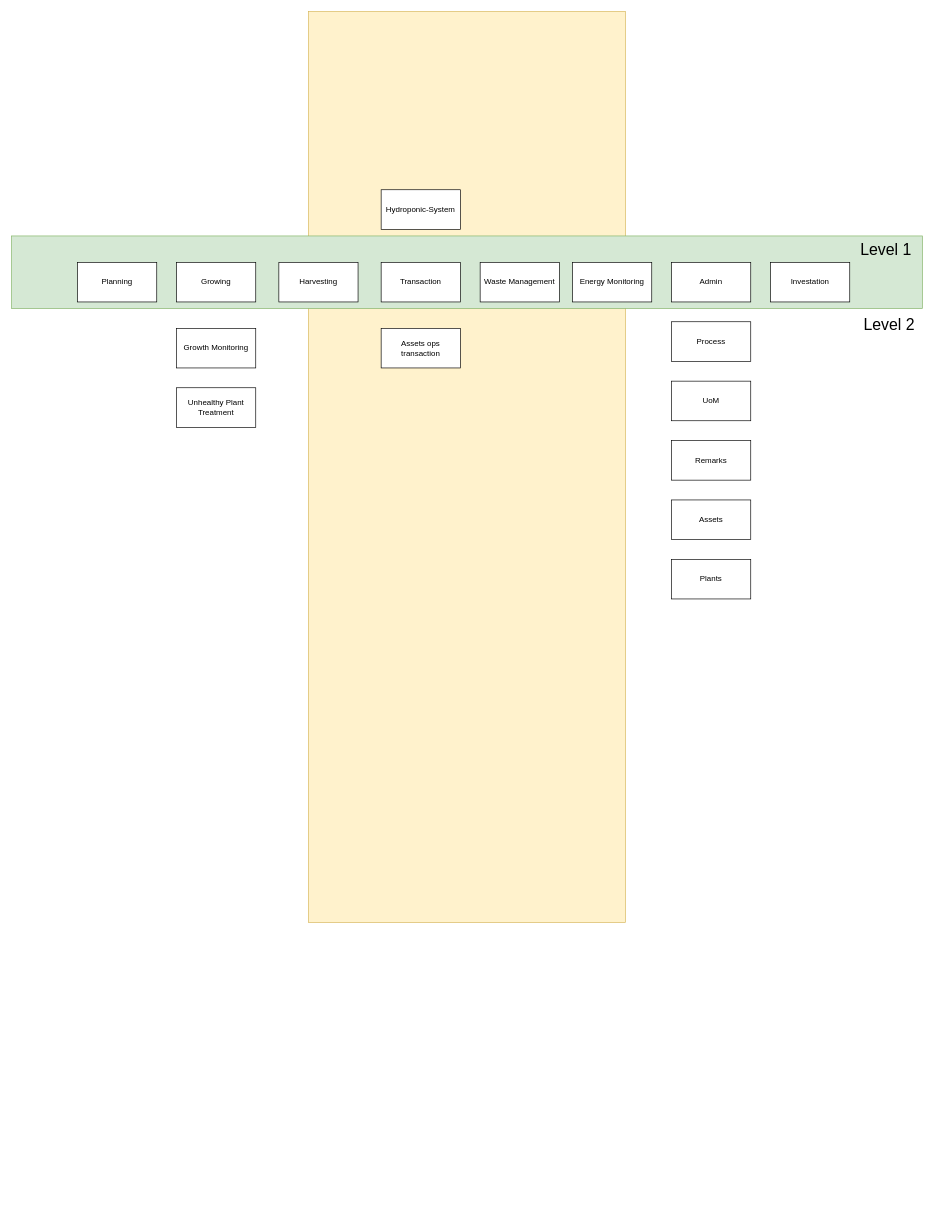
Earlier version of the draw.io diagram page "High-Level" (2 of 3) of ERD.drawio.xml (EputraP/hydroponic-project-be). Source tidied: cells renumbered, new cells numbered last; positions are measured from the earlier drawing's top-left corner, leaving out a move shared by most shapes. Both pictures are drawn from the tidied source at 66%, with x=0, y=0 at pixel (11, 11).
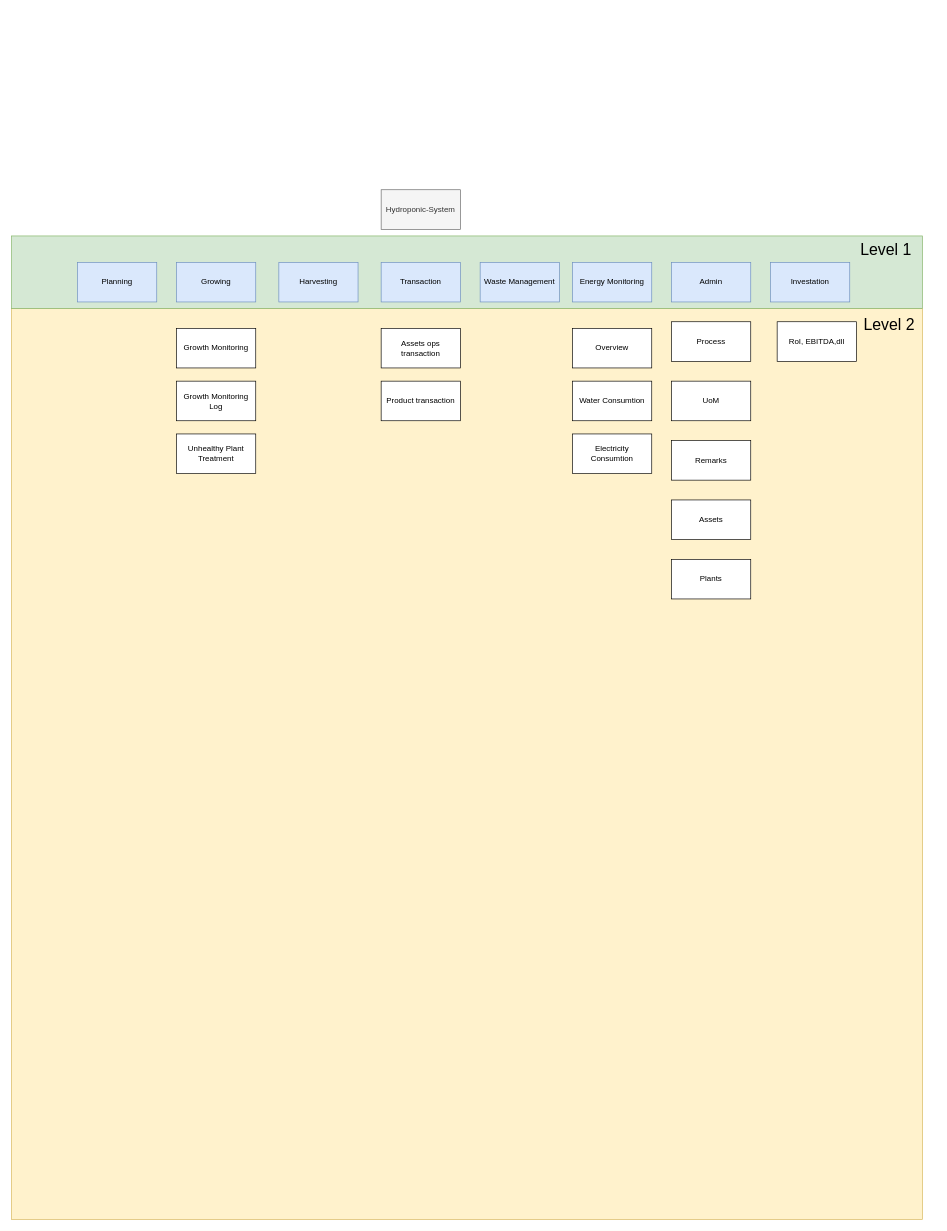
After the change.

Diff of the diagram source:
```diff
@@
     <mxCell id="2" style="rounded=0;whiteSpace=wrap;html=1;fillColor=#fff2cc;strokeColor=#d6b656;direction=south;" parent="1" vertex="1">
-      <mxGeometry x="450" width="480" height="1380" as="geometry" />
+      <mxGeometry y="450" width="1380" height="1380" as="geometry" />
     </mxCell>
@@
-    <mxCell id="4" value="Hydroponic-System" style="rounded=0;whiteSpace=wrap;html=1;" parent="1" vertex="1">
+    <mxCell id="4" value="Hydroponic-System" style="rounded=0;whiteSpace=wrap;html=1;fillColor=#f5f5f5;fontColor=#333333;strokeColor=#666666;" parent="1" vertex="1">
       <mxGeometry x="560" y="270" width="120" height="60" as="geometry" />
     </mxCell>
-    <mxCell id="5" value="Planning" style="rounded=0;whiteSpace=wrap;html=1;" parent="1" vertex="1">
+    <mxCell id="5" value="Planning" style="rounded=0;whiteSpace=wrap;html=1;fillColor=#dae8fc;strokeColor=#6c8ebf;" parent="1" vertex="1">
       <mxGeometry x="100" y="380" width="120" height="60" as="geometry" />
     </mxCell>
-    <mxCell id="6" value="Growing" style="rounded=0;whiteSpace=wrap;html=1;" parent="1" vertex="1">
+    <mxCell id="6" value="Growing" style="rounded=0;whiteSpace=wrap;html=1;fillColor=#dae8fc;strokeColor=#6c8ebf;" parent="1" vertex="1">
       <mxGeometry x="250" y="380" width="120" height="60" as="geometry" />
     </mxCell>
-    <mxCell id="7" value="Harvesting" style="rounded=0;whiteSpace=wrap;html=1;" parent="1" vertex="1">
+    <mxCell id="7" value="Harvesting" style="rounded=0;whiteSpace=wrap;html=1;fillColor=#dae8fc;strokeColor=#6c8ebf;" parent="1" vertex="1">
       <mxGeometry x="405" y="380" width="120" height="60" as="geometry" />
     </mxCell>
-    <mxCell id="8" value="Waste Management" style="rounded=0;whiteSpace=wrap;html=1;" parent="1" vertex="1">
+    <mxCell id="8" value="Waste Management" style="rounded=0;whiteSpace=wrap;html=1;fillColor=#dae8fc;strokeColor=#6c8ebf;" parent="1" vertex="1">
       <mxGeometry x="710" y="380" width="120" height="60" as="geometry" />
     </mxCell>
-    <mxCell id="9" value="Transaction" style="rounded=0;whiteSpace=wrap;html=1;" parent="1" vertex="1">
+    <mxCell id="9" value="Transaction" style="rounded=0;whiteSpace=wrap;html=1;fillColor=#dae8fc;strokeColor=#6c8ebf;" parent="1" vertex="1">
       <mxGeometry x="560" y="380" width="120" height="60" as="geometry" />
     </mxCell>
-    <mxCell id="10" value="Admin" style="rounded=0;whiteSpace=wrap;html=1;" parent="1" vertex="1">
+    <mxCell id="10" value="Admin" style="rounded=0;whiteSpace=wrap;html=1;fillColor=#dae8fc;strokeColor=#6c8ebf;" parent="1" vertex="1">
       <mxGeometry x="1000" y="380" width="120" height="60" as="geometry" />
     </mxCell>
-    <mxCell id="11" value="Energy Monitoring" style="rounded=0;whiteSpace=wrap;html=1;" parent="1" vertex="1">
+    <mxCell id="11" value="Energy Monitoring" style="rounded=0;whiteSpace=wrap;html=1;fillColor=#dae8fc;strokeColor=#6c8ebf;" parent="1" vertex="1">
       <mxGeometry x="850" y="380" width="120" height="60" as="geometry" />
     </mxCell>
@@
     <mxCell id="21" value="Unhealthy Plant Treatment" style="rounded=0;whiteSpace=wrap;html=1;" parent="1" vertex="1">
-      <mxGeometry x="250" y="570" width="120" height="60" as="geometry" />
+      <mxGeometry x="250" y="640" width="120" height="60" as="geometry" />
     </mxCell>
-    <mxCell id="22" value="Investation" style="rounded=0;whiteSpace=wrap;html=1;" parent="1" vertex="1">
+    <mxCell id="22" value="Investation" style="rounded=0;whiteSpace=wrap;html=1;fillColor=#dae8fc;strokeColor=#6c8ebf;" parent="1" vertex="1">
       <mxGeometry x="1150" y="380" width="120" height="60" as="geometry" />
     </mxCell>
+    <mxCell id="23" value="Growth Monitoring Log" style="rounded=0;whiteSpace=wrap;html=1;" parent="1" vertex="1">
+      <mxGeometry x="250" y="560" width="120" height="60" as="geometry" />
+    </mxCell>
+    <mxCell id="24" value="Overview" style="rounded=0;whiteSpace=wrap;html=1;" parent="1" vertex="1">
+      <mxGeometry x="850" y="480" width="120" height="60" as="geometry" />
+    </mxCell>
+    <mxCell id="25" value="Water Consumtion" style="rounded=0;whiteSpace=wrap;html=1;" parent="1" vertex="1">
+      <mxGeometry x="850" y="560" width="120" height="60" as="geometry" />
+    </mxCell>
+    <mxCell id="26" value="Electricity Consumtion" style="rounded=0;whiteSpace=wrap;html=1;" parent="1" vertex="1">
+      <mxGeometry x="850" y="640" width="120" height="60" as="geometry" />
+    </mxCell>
+    <mxCell id="27" value="RoI, EBITDA,dll" style="rounded=0;whiteSpace=wrap;html=1;" parent="1" vertex="1">
+      <mxGeometry x="1160" y="470" width="120" height="60" as="geometry" />
+    </mxCell>
+    <mxCell id="28" value="Product transaction" style="rounded=0;whiteSpace=wrap;html=1;" parent="1" vertex="1">
+      <mxGeometry x="560" y="560" width="120" height="60" as="geometry" />
+    </mxCell>
```
